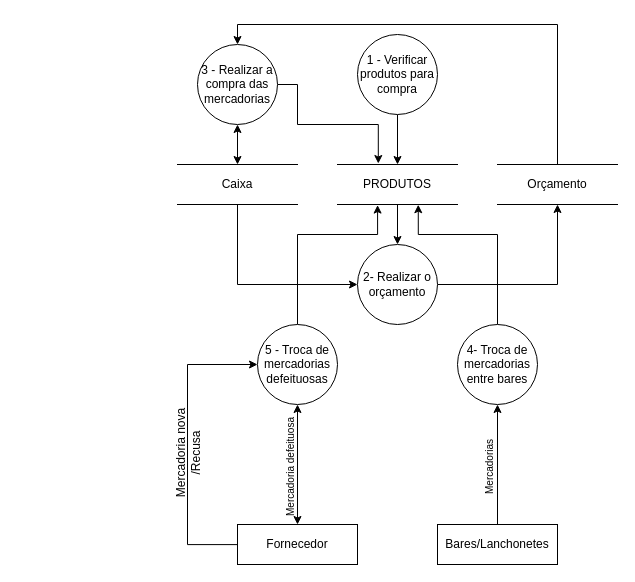
Before: docs/ARTEFATOS(15-23)/COMPRAR_PRODUTOS/DFD_COMPRAR_PRODUTOS.drawio in Darienzo08/ope_ads, a draw.io diagram. Source tidied: cells renumbered, new cells numbered last; positions are measured from the earlier drawing's top-left corner, leaving out a move shared by most shapes. Both pictures are drawn from the tidied source at 100%, with x=0, y=0 at pixel (177, 24).
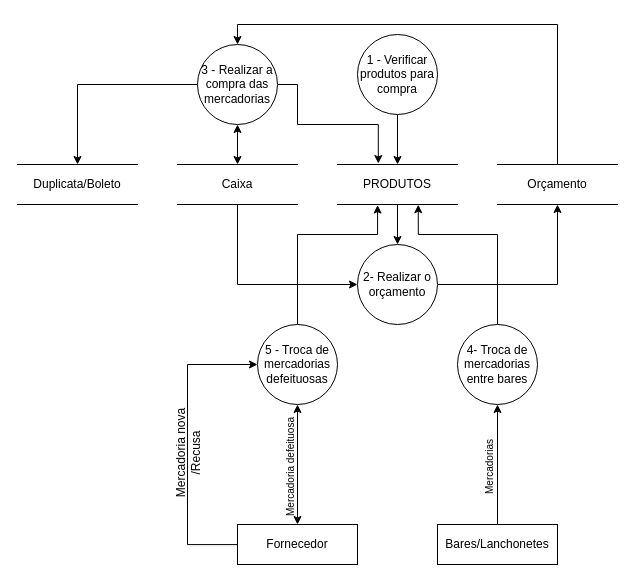
After the change.

The change refers to these unchanged cells:
```xml
<mxCell id="7" value="3 - Realizar a compra das mercadorias" style="ellipse;whiteSpace=wrap;html=1;" parent="1" vertex="1">
  <mxGeometry x="20" y="20" width="80" height="80" as="geometry" />
</mxCell>
```

What changed in the source:
```diff
@@
+    <mxCell id="27" style="edgeStyle=orthogonalEdgeStyle;rounded=0;jettySize=auto;html=1;exitX=0;exitY=0.5;exitDx=0;exitDy=0;entryX=0.5;entryY=0;entryDx=0;entryDy=0;" parent="1" edge="1" source="7" target="28">
+      <mxGeometry relative="1" as="geometry" />
+    </mxCell>
@@
+    <mxCell id="28" value="Duplicata/Boleto" style="shape=partialRectangle;whiteSpace=wrap;html=1;left=0;right=0;fillColor=none;" parent="1" vertex="1">
+      <mxGeometry x="-160" y="140" width="120" height="40" as="geometry" />
+    </mxCell>
```
